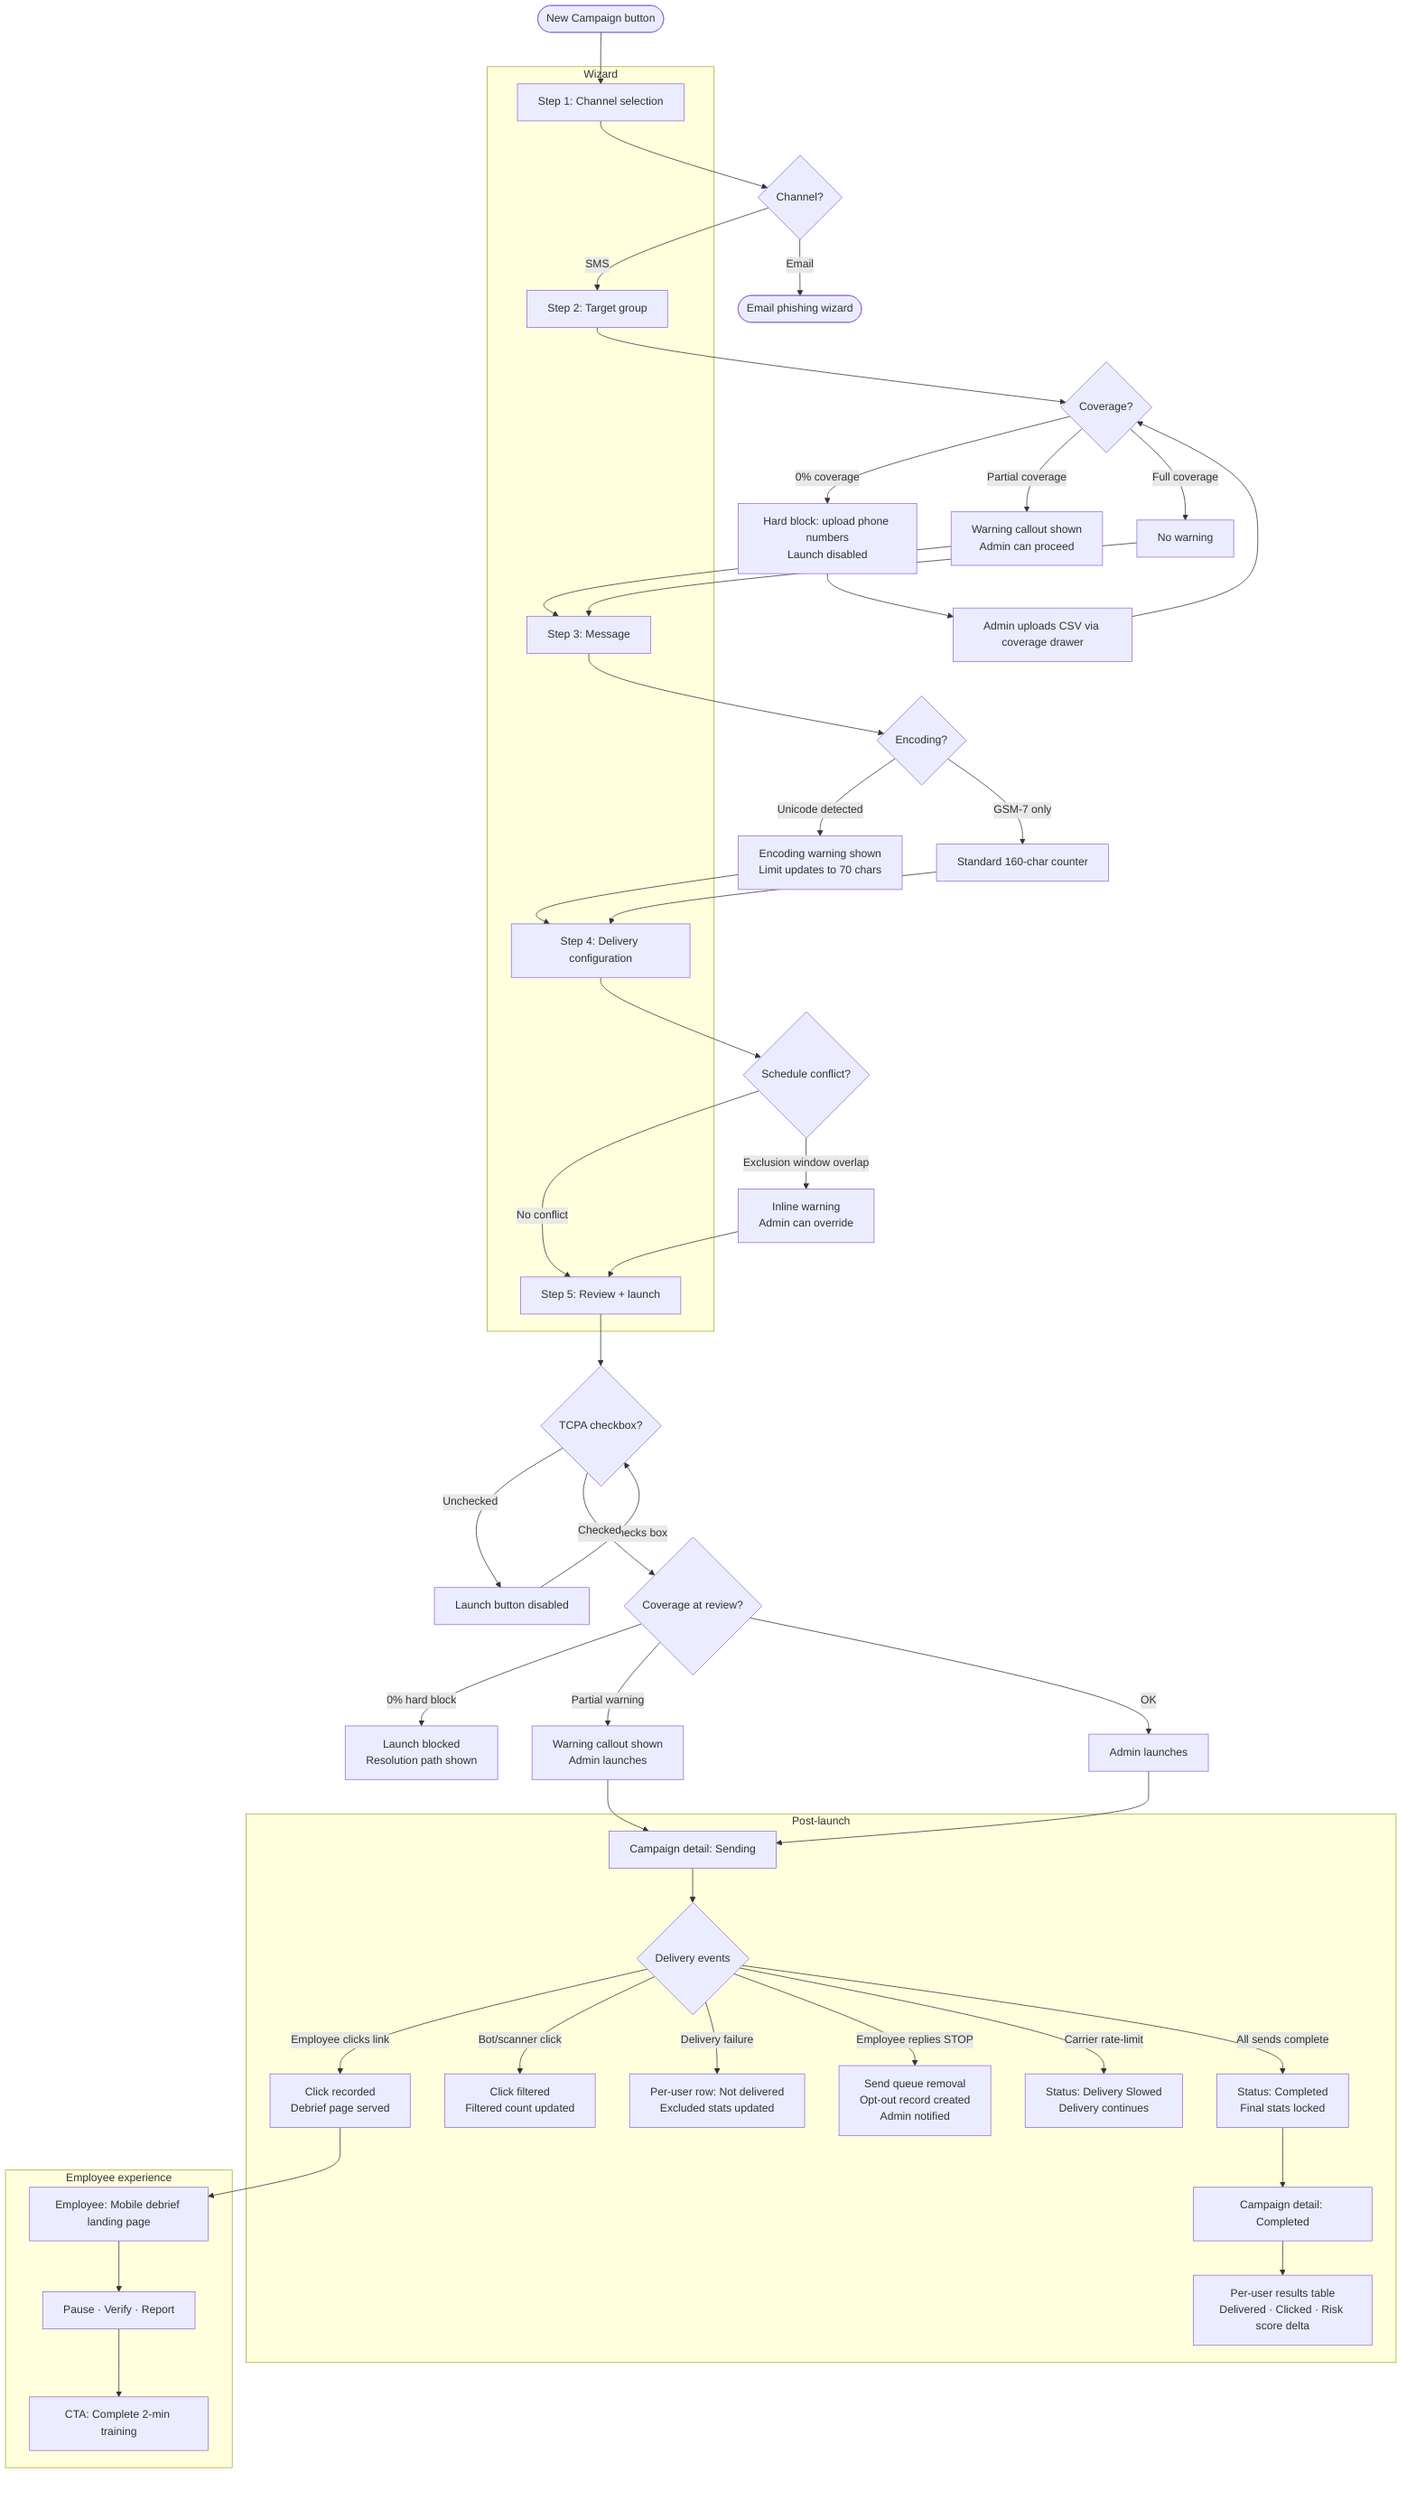
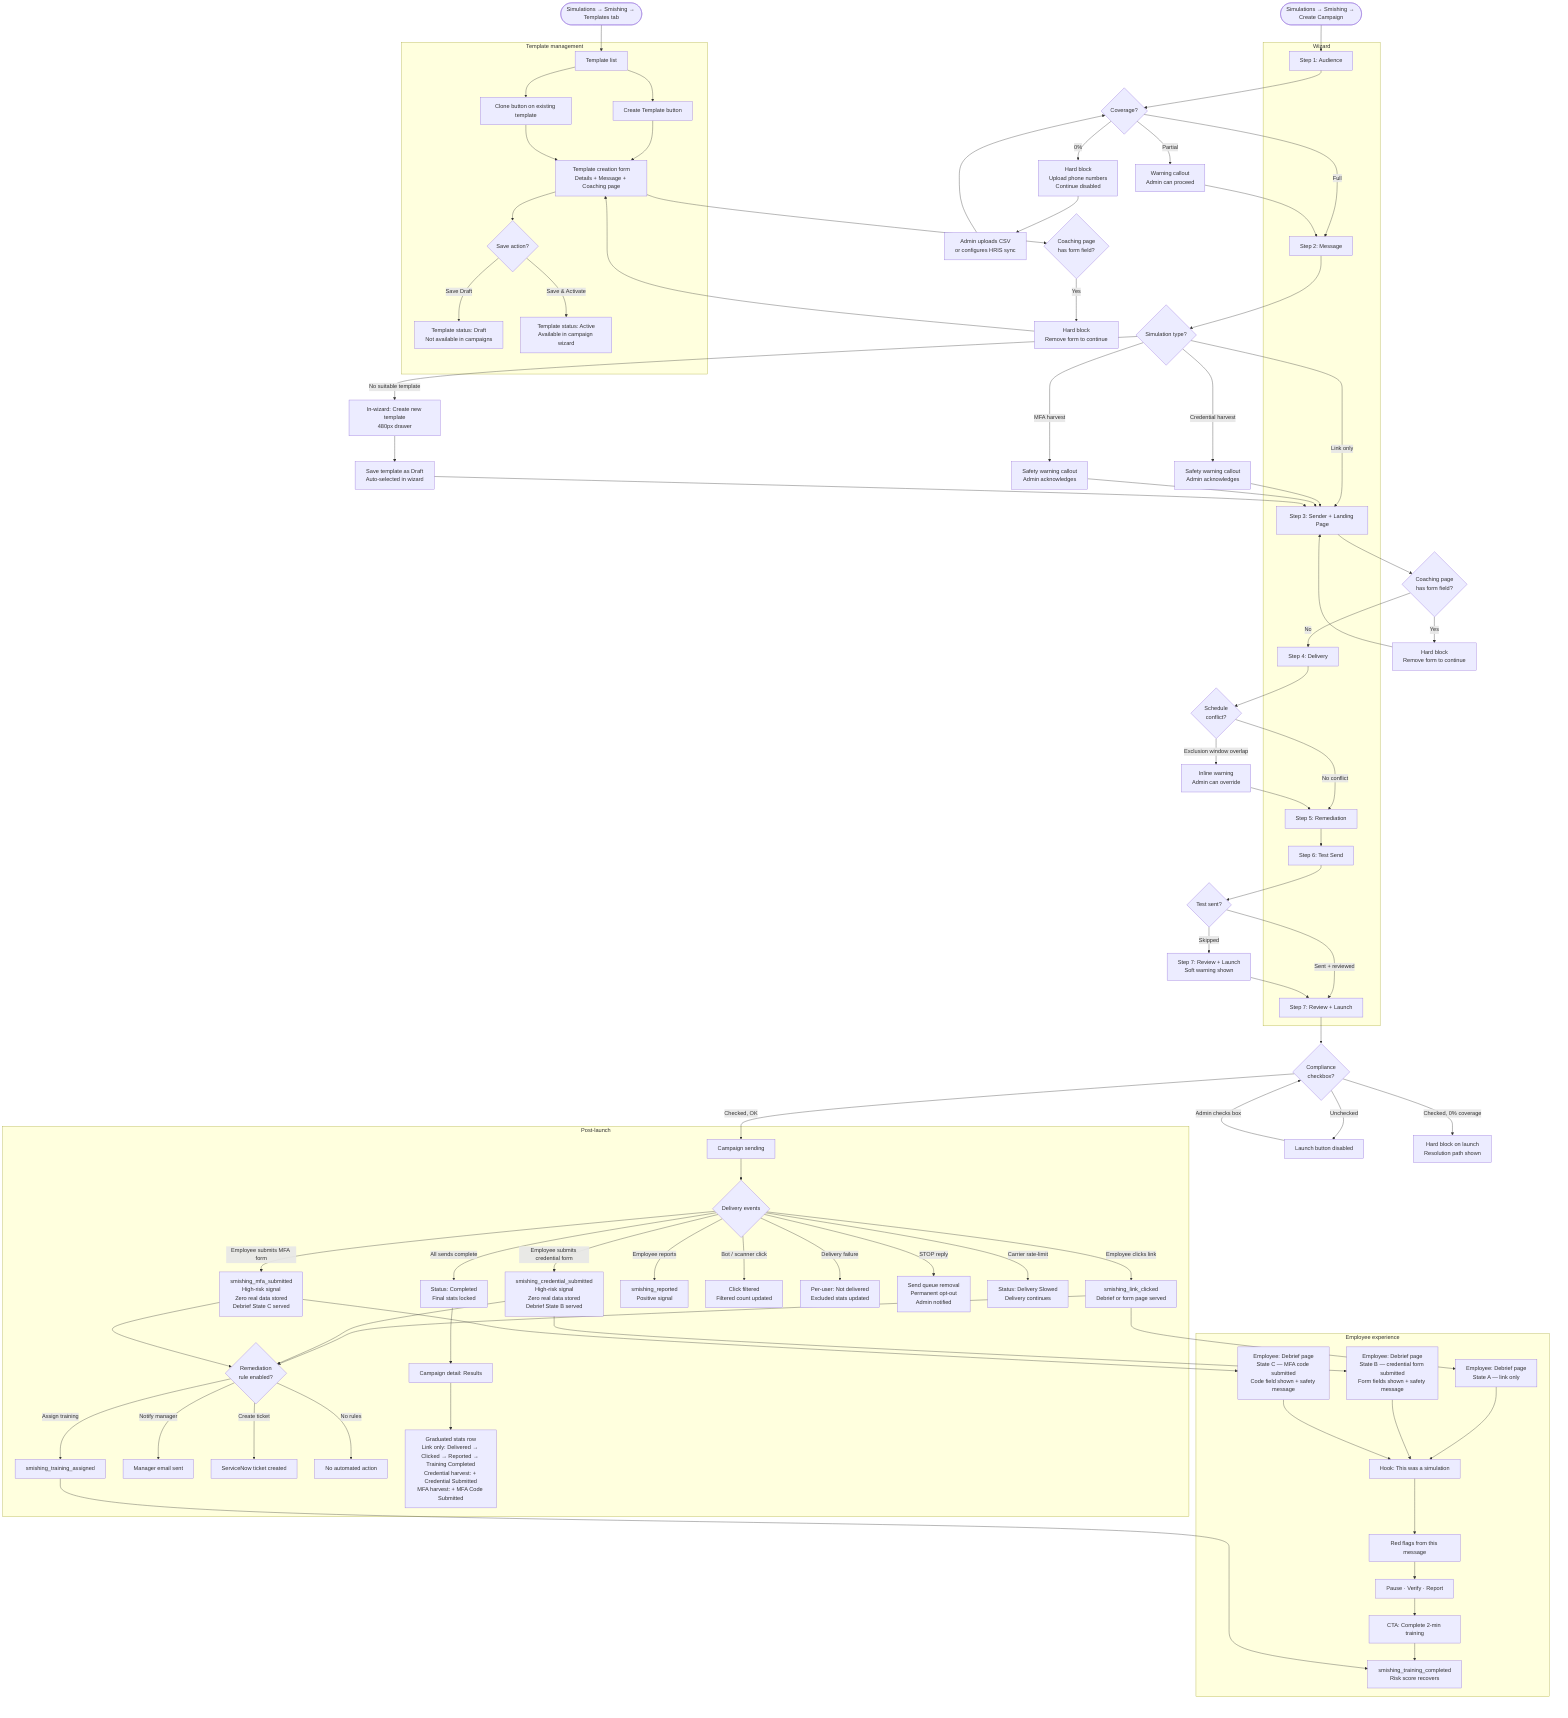
flowchart TD
-     A([New Campaign button]) --> B[Step 1: Channel selection]
-     B --> C{Channel?}
-     C -- Email --> EMAIL([Email phishing wizard])
-     C -- SMS --> D[Step 2: Target group]
+     NAVTMPL([Simulations → Smishing → Templates tab]) --> TL[Template list]
+     TL --> TCREATE[Create Template button]
+     TL --> TCLONE[Clone button on existing template]
+     TCREATE --> TFORM[Template creation form\nDetails + Message + Coaching page]
+     TCLONE --> TFORM
+     TFORM --> TSAVE{Save action?}
+     TSAVE -- Save Draft --> TDRAFT[Template status: Draft\nNot available in campaigns]
+     TSAVE -- Save & Activate --> TACTIVE[Template status: Active\nAvailable in campaign wizard]
+     TFORM --> TGUARD{Coaching page\nhas form field?}
+     TGUARD -- Yes --> TBLOCK[Hard block\nRemove form to continue]
+     TBLOCK --> TFORM

-     D --> D1{Coverage?}
-     D1 -- 0% coverage --> D2[Hard block: upload phone numbers\nLaunch disabled]
-     D1 -- Partial coverage --> D3[Warning callout shown\nAdmin can proceed]
-     D1 -- Full coverage --> D4[No warning]
-     D2 --> D5[Admin uploads CSV via coverage drawer]
-     D5 --> D1
-     D3 --> E[Step 3: Message]
-     D4 --> E
+     NAV([Simulations → Smishing → Create Campaign]) --> S1[Step 1: Audience]

-     E --> E1{Encoding?}
-     E1 -- Unicode detected --> E2[Encoding warning shown\nLimit updates to 70 chars]
-     E1 -- GSM-7 only --> E3[Standard 160-char counter]
-     E2 --> F[Step 4: Delivery configuration]
-     E3 --> F
+     S1 --> COV{Coverage?}
+     COV -- 0% --> COVBLOCK[Hard block\nUpload phone numbers\nContinue disabled]
+     COV -- Partial --> COVWARN[Warning callout\nAdmin can proceed]
+     COV -- Full --> S2[Step 2: Message]
+     COVBLOCK --> CSVUP[Admin uploads CSV\nor configures HRIS sync]
+     CSVUP --> COV
+     COVWARN --> S2

-     F --> F1{Schedule conflict?}
-     F1 -- Exclusion window overlap --> F2[Inline warning\nAdmin can override]
-     F1 -- No conflict --> G[Step 5: Review + launch]
-     F2 --> G
+     S2 --> TMPL{Simulation type?}
+     TMPL -- Link only --> S3[Step 3: Sender + Landing Page]
+     TMPL -- Credential harvest --> CREDWARN[Safety warning callout\nAdmin acknowledges]
+     CREDWARN --> S3
+     TMPL -- MFA harvest --> MFAWARN[Safety warning callout\nAdmin acknowledges]
+     MFAWARN --> S3
+     TMPL -- No suitable template --> INWIZ[In-wizard: Create new template\n480px drawer]
+     INWIZ --> INWIZ_SAVE[Save template as Draft\nAuto-selected in wizard]
+     INWIZ_SAVE --> S3

-     G --> G1{TCPA checkbox?}
-     G1 -- Unchecked --> G2[Launch button disabled]
-     G2 -- Admin checks box --> G1
-     G1 -- Checked --> G3{Coverage at review?}
-     G3 -- 0% hard block --> G4[Launch blocked\nResolution path shown]
-     G3 -- Partial warning --> G5[Warning callout shown\nAdmin launches]
-     G3 -- OK --> G6[Admin launches]
-     G5 --> H[Campaign detail: Sending]
-     G6 --> H
+     S3 --> LPCHECK{Coaching page\nhas form field?}
+     LPCHECK -- Yes --> LPBLOCK[Hard block\nRemove form to continue]
+     LPBLOCK --> S3
+     LPCHECK -- No --> S4[Step 4: Delivery]

-     H --> H1{Delivery events}
-     H1 -- Employee clicks link --> H2[Click recorded\nDebrief page served]
-     H1 -- Bot/scanner click --> H3[Click filtered\nFiltered count updated]
-     H1 -- Delivery failure --> H4[Per-user row: Not delivered\nExcluded stats updated]
-     H1 -- Employee replies STOP --> H5[Send queue removal\nOpt-out record created\nAdmin notified]
-     H1 -- Carrier rate-limit --> H6[Status: Delivery Slowed\nDelivery continues]
-     H1 -- All sends complete --> H7[Status: Completed\nFinal stats locked]
+     S4 --> SCHED{Schedule\nconflict?}
+     SCHED -- Exclusion window overlap --> SCHEDWARN[Inline warning\nAdmin can override]
+     SCHED -- No conflict --> S5[Step 5: Remediation]
+     SCHEDWARN --> S5

-     H2 --> M[Employee: Mobile debrief landing page]
-     M --> M1[Pause · Verify · Report]
-     M1 --> M2[CTA: Complete 2-min training]
+     S5 --> S6[Step 6: Test Send]

-     H7 --> I[Campaign detail: Completed]
-     I --> I1[Per-user results table\nDelivered · Clicked · Risk score delta]
+     S6 --> TESTSKIP{Test sent?}
+     TESTSKIP -- Skipped --> S7SOFT[Step 7: Review + Launch\nSoft warning shown]
+     TESTSKIP -- Sent + reviewed --> S7[Step 7: Review + Launch]
+     S7SOFT --> S7
+ 
+     S7 --> COMPLY{Compliance\ncheckbox?}
+     COMPLY -- Unchecked --> COMPLOCK[Launch button disabled]
+     COMPLOCK -- Admin checks box --> COMPLY
+     COMPLY -- Checked, 0% coverage --> LAUNCHBLOCK[Hard block on launch\nResolution path shown]
+     COMPLY -- Checked, OK --> SENDING[Campaign sending]
+ 
+     SENDING --> EVENTS{Delivery events}
+     EVENTS -- Employee clicks link --> CLICK[smishing_link_clicked\nDebrief or form page served]
+     EVENTS -- Employee submits credential form --> CREDSUBMIT[smishing_credential_submitted\nHigh-risk signal\nZero real data stored\nDebrief State B served]
+     EVENTS -- Employee submits MFA form --> MFASUBMIT[smishing_mfa_submitted\nHigh-risk signal\nZero real data stored\nDebrief State C served]
+     EVENTS -- Employee reports --> REPORT[smishing_reported\nPositive signal]
+     EVENTS -- Bot / scanner click --> BOTFILTER[Click filtered\nFiltered count updated]
+     EVENTS -- Delivery failure --> FAIL[Per-user: Not delivered\nExcluded stats updated]
+     EVENTS -- STOP reply --> STOP[Send queue removal\nPermanent opt-out\nAdmin notified]
+     EVENTS -- Carrier rate-limit --> SLOW[Status: Delivery Slowed\nDelivery continues]
+     EVENTS -- All sends complete --> COMPLETE[Status: Completed\nFinal stats locked]
+ 
+     CLICK --> REMEDIATION{Remediation\nrule enabled?}
+     CREDSUBMIT --> REMEDIATION
+     MFASUBMIT --> REMEDIATION
+     REMEDIATION -- Assign training --> TRAIN[smishing_training_assigned]
+     REMEDIATION -- Notify manager --> MGRALERT[Manager email sent]
+     REMEDIATION -- Create ticket --> TICKET[ServiceNow ticket created]
+     REMEDIATION -- No rules --> NOACTION[No automated action]
+ 
+     CLICK --> DEBRIEFA[Employee: Debrief page\nState A — link only]
+     CREDSUBMIT --> DEBRIEFB[Employee: Debrief page\nState B — credential form submitted\nForm fields shown + safety message]
+     MFASUBMIT --> DEBRIEFB2[Employee: Debrief page\nState C — MFA code submitted\nCode field shown + safety message]
+     DEBRIEFA --> HOOK[Hook: This was a simulation]
+     DEBRIEFB --> HOOK
+     DEBRIEFB2 --> HOOK
+     HOOK --> REDFLAGS[Red flags from this message]
+     REDFLAGS --> PVR[Pause · Verify · Report]
+     PVR --> TRAINMOD[CTA: Complete 2-min training]
+     TRAINMOD --> TRAINDONE[smishing_training_completed\nRisk score recovers]
+ 
+     TRAIN --> TRAINDONE
+     COMPLETE --> RESULTS[Campaign detail: Results]
+     RESULTS --> STATS[Graduated stats row\nLink only: Delivered → Clicked → Reported → Training Completed\nCredential harvest: + Credential Submitted\nMFA harvest: + MFA Code Submitted]
+ 
+     subgraph Template management
+         TL
+         TCREATE
+         TCLONE
+         TFORM
+         TSAVE
+         TDRAFT
+         TACTIVE
+     end

    subgraph Wizard
-         B
-         D
-         E
-         F
-         G
+         S1
+         S2
+         S3
+         S4
+         S5
+         S6
+         S7
    end

    subgraph Post-launch
-         H
-         H1
-         H2
-         H3
-         H4
-         H5
-         H6
-         H7
-         I
-         I1
+         SENDING
+         EVENTS
+         CLICK
+         CREDSUBMIT
+         MFASUBMIT
+         REPORT
+         BOTFILTER
+         FAIL
+         STOP
+         SLOW
+         COMPLETE
+         RESULTS
+         STATS
+         REMEDIATION
+         TRAIN
+         MGRALERT
+         TICKET
+         NOACTION
    end

    subgraph Employee experience
-         M
-         M1
-         M2
+         DEBRIEFA
+         DEBRIEFB
+         DEBRIEFB2
+         HOOK
+         REDFLAGS
+         PVR
+         TRAINMOD
+         TRAINDONE
    end
